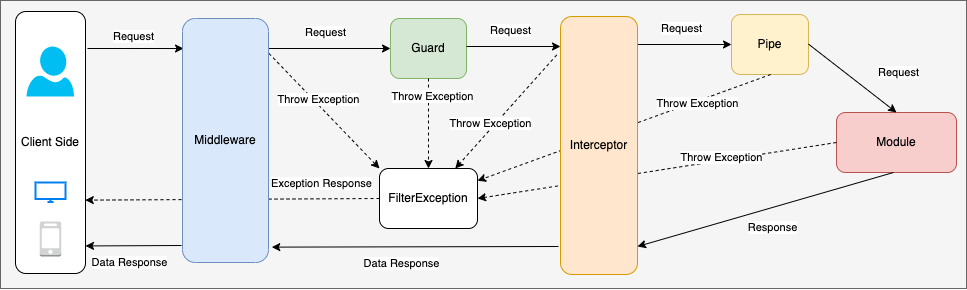
The draw.io diagram RequestResponse.drawio.png in vnbrew/quynd-car-rent-nestjs, before a commit. Source tidied: cells renumbered, new cells last; positions are measured from the earlier drawing's top-left corner, leaving out a move shared by most shapes.
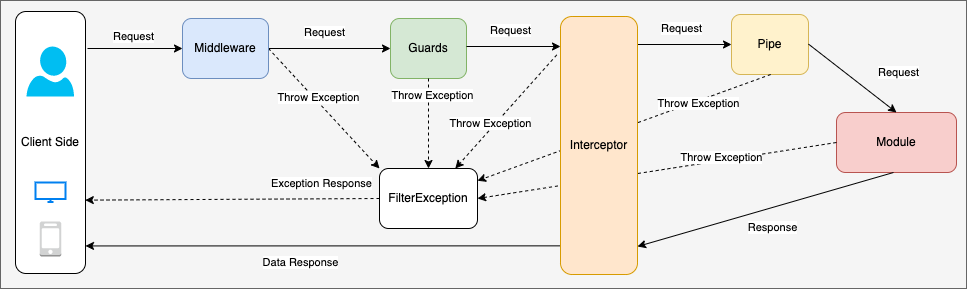
After the change.

What changed in the source:
```diff
@@ -13,12 +13,12 @@
     <mxCell id="4" value="Client Side" style="rounded=1;whiteSpace=wrap;html=1;" parent="1" vertex="1">
       <mxGeometry x="15" y="89" width="70" height="262" as="geometry" />
     </mxCell>
-    <mxCell id="5" value="Request" style="endArrow=classic;html=1;rounded=0;entryX=0.012;entryY=0.123;entryDx=0;entryDy=0;entryPerimeter=0;" parent="1" edge="1" target="27">
+    <mxCell id="5" value="Request" style="endArrow=classic;html=1;rounded=0;entryX=0;entryY=0.5;entryDx=0;entryDy=0;" parent="1" edge="1" target="27">
       <mxGeometry x="-0.04" y="12" relative="1" as="geometry">
         <mxPoint x="87" y="126" as="sourcePoint" />
       </mxGeometry>
     </mxCell>
-    <mxCell id="6" value="Guard" style="rounded=1;whiteSpace=wrap;html=1;fillColor=#d5e8d4;strokeColor=#82b366;" parent="1" vertex="1">
+    <mxCell id="6" value="Guards" style="rounded=1;whiteSpace=wrap;html=1;fillColor=#d5e8d4;strokeColor=#82b366;" parent="1" vertex="1">
       <mxGeometry x="390" y="96" width="76" height="60" as="geometry" />
     </mxCell>
     <mxCell id="7" value="Request" style="endArrow=classic;html=1;rounded=0;entryX=0;entryY=0.5;entryDx=0;entryDy=0;" parent="1" edge="1" target="6">
@@ -60,15 +60,10 @@
     <mxCell id="14" value="FilterException" style="rounded=1;whiteSpace=wrap;html=1;" parent="1" vertex="1">
       <mxGeometry x="379" y="246" width="98" height="60" as="geometry" />
     </mxCell>
-    <mxCell id="15" value="Data Response" style="endArrow=classic;html=1;rounded=0;exitX=0;exitY=0.5;exitDx=0;exitDy=0;entryX=1.038;entryY=0.937;entryDx=0;entryDy=0;entryPerimeter=0;" parent="1" edge="1" target="27">
-      <mxGeometry x="0.1" y="17" relative="1" as="geometry">
-        <mxPoint x="558" y="324" as="sourcePoint" />
-      </mxGeometry>
-    </mxCell>
     <mxCell id="16" value="Exception Response" style="endArrow=classic;html=1;rounded=0;dashed=1;exitX=0;exitY=0.5;exitDx=0;exitDy=0;entryX=0.997;entryY=0.72;entryDx=0;entryDy=0;entryPerimeter=0;" parent="1" edge="1" source="14" target="4">
       <mxGeometry x="-0.61" y="-15" relative="1" as="geometry" />
     </mxCell>
-    <mxCell id="17" value="Throw Exception" style="endArrow=classic;html=1;rounded=0;dashed=1;exitX=1.005;exitY=0.143;exitDx=0;exitDy=0;entryX=0;entryY=0;entryDx=0;entryDy=0;exitPerimeter=0;" parent="1" edge="1" source="27" target="14">
+    <mxCell id="17" value="Throw Exception" style="endArrow=classic;html=1;rounded=0;dashed=1;exitX=1;exitY=0.5;exitDx=0;exitDy=0;entryX=0;entryY=0;entryDx=0;entryDy=0;" parent="1" edge="1" source="27" target="14">
       <mxGeometry x="-0.15" y="4" relative="1" as="geometry" />
     </mxCell>
     <mxCell id="18" value="Throw Exception" style="endArrow=classic;html=1;rounded=0;dashed=1;exitX=0.5;exitY=1;exitDx=0;exitDy=0;entryX=0.5;entryY=0;entryDx=0;entryDy=0;" parent="1" edge="1" source="6" target="14">
@@ -97,9 +92,8 @@
     <mxCell id="24" style="dashed=0;verticalLabelPosition=bottom;verticalAlign=top;align=center;html=1;shape=mxgraph.aws3.mobile_client;fillColor=#D2D3D3;gradientColor=none;" parent="1" vertex="1">
       <mxGeometry x="39.2" y="299" width="21.5" height="35" as="geometry" />
     </mxCell>
-    <mxCell id="25" value="Data Response" style="endArrow=classic;html=1;rounded=0;" parent="1" edge="1">
+    <mxCell id="25" value="Data Response" style="endArrow=classic;html=1;rounded=0;exitX=0;exitY=0.889;exitDx=0;exitDy=0;exitPerimeter=0;" parent="1" edge="1" source="26">
       <mxGeometry x="0.1" y="17" relative="1" as="geometry">
-        <mxPoint x="181" y="323" as="sourcePoint" />
         <mxPoint x="85" y="323.4" as="targetPoint" />
       </mxGeometry>
     </mxCell>
@@ -107,7 +101,7 @@
       <mxGeometry x="560" y="94" width="77" height="258" as="geometry" />
     </mxCell>
     <mxCell id="27" value="Middleware" style="rounded=1;whiteSpace=wrap;html=1;fillColor=#dae8fc;strokeColor=#6c8ebf;" parent="1" vertex="1">
-      <mxGeometry x="182" y="96" width="86" height="244" as="geometry" />
+      <mxGeometry x="182" y="96" width="86" height="60" as="geometry" />
     </mxCell>
   </root>
 </mxGraphModel>
```
